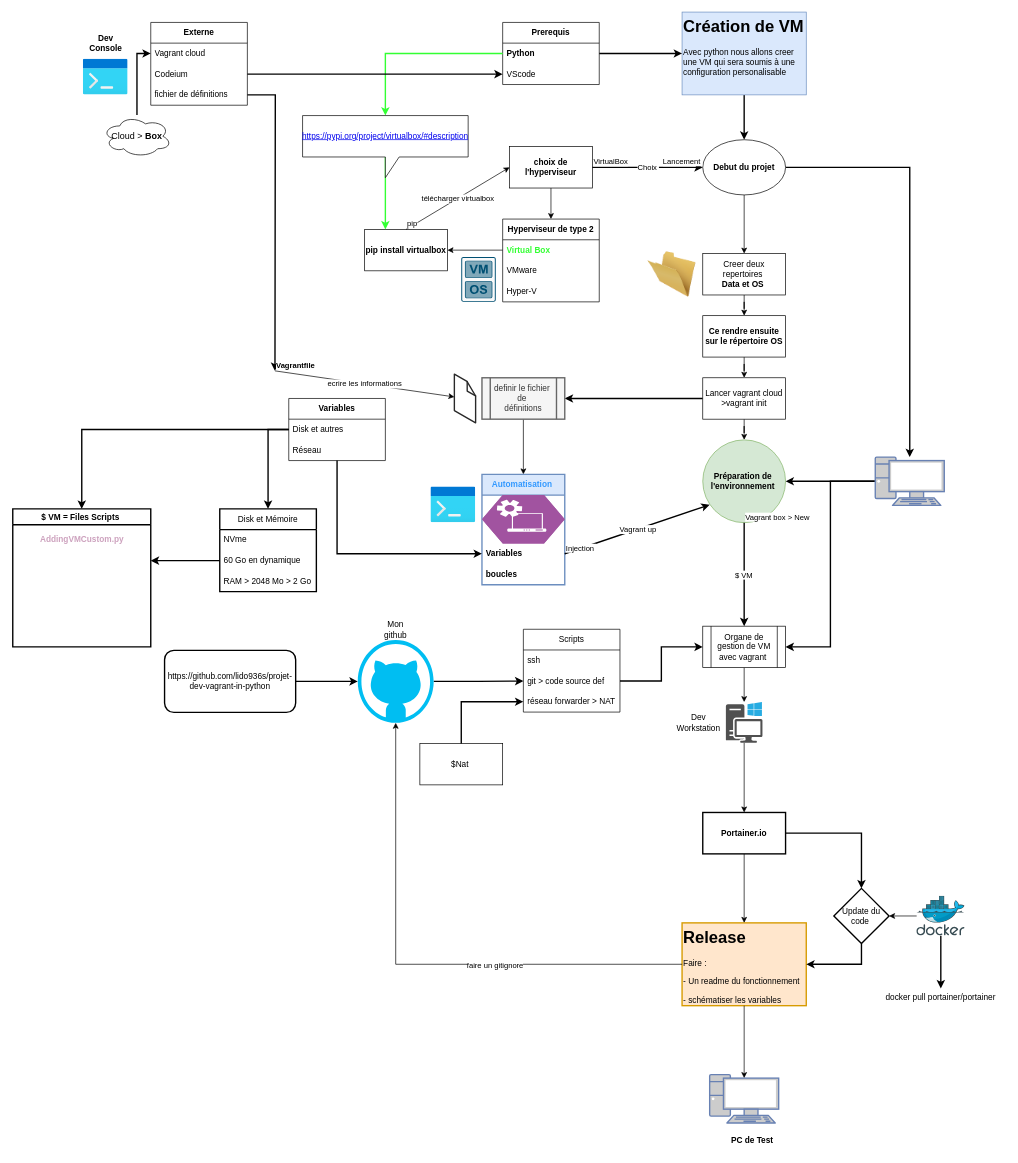
Earlier version of the draw.io diagram Infrastructure_Projet.drawio (lido936s/projet-dev-vagrant-in-python). Source tidied: cells renumbered, new cells numbered last; positions are measured from the earlier drawing's top-left corner, leaving out a move shared by most shapes. Both pictures are drawn from the tidied source at 69%, with x=0, y=0 at pixel (12, 12).
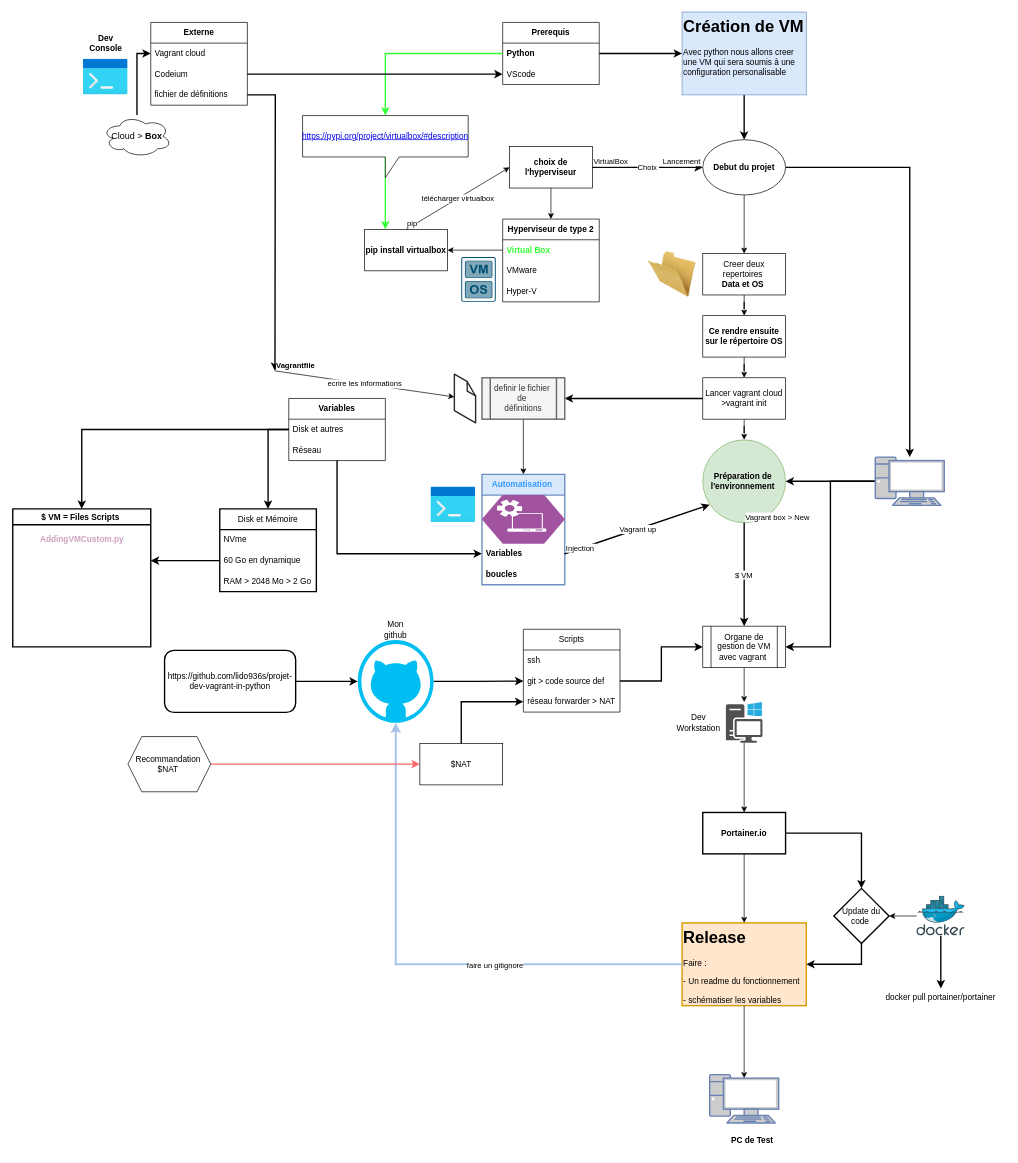
After the change.

Commit message:
Mettre à jour Infrastructure_Projet.drawio

Unchanged cells that the change refers to:
```xml
<mxCell id="88" style="verticalLabelPosition=bottom;html=1;verticalAlign=top;align=center;strokeColor=none;fillColor=#00BEF2;shape=mxgraph.azure.github_code;" parent="1" vertex="1">
  <mxGeometry x="500" y="910" width="110" height="120" as="geometry" />
</mxCell>
<mxCell id="90" value="&lt;h1 style=&quot;margin-top: 0px;&quot;&gt;Release&lt;/h1&gt;&lt;p&gt;Faire :&lt;/p&gt;&lt;p&gt;- Un readme du fonctionnement&lt;/p&gt;&lt;p&gt;- schématiser les variables&amp;nbsp;&lt;/p&gt;" style="text;html=1;whiteSpace=wrap;overflow=hidden;rounded=0;fillColor=#ffe6cc;strokeColor=#d79b00;strokeWidth=2;" parent="1" vertex="1">
  <mxGeometry x="970" y="1320" width="180" height="120" as="geometry" />
</mxCell>
```

Change to the diagram source:
```diff
@@
-    <mxCell id="95" value="$Nat&amp;nbsp;" style="rounded=0;whiteSpace=wrap;html=1;" parent="1" vertex="1">
+    <mxCell id="95" value="$NAT" style="rounded=0;whiteSpace=wrap;html=1;" parent="1" vertex="1">
       <mxGeometry x="590" y="1060" width="120" height="60" as="geometry" />
     </mxCell>
@@
-    <mxCell id="99" style="edgeStyle=orthogonalEdgeStyle;rounded=0;jettySize=auto;html=1;entryX=0.5;entryY=1;entryDx=0;entryDy=0;entryPerimeter=0;" parent="1" edge="1" source="90" target="88">
+    <mxCell id="99" style="edgeStyle=orthogonalEdgeStyle;rounded=0;jettySize=auto;html=1;entryX=0.5;entryY=1;entryDx=0;entryDy=0;entryPerimeter=0;strokeColor=#A9C4EB;strokeWidth=3;" parent="1" edge="1" source="90" target="88">
       <mxGeometry relative="1" as="geometry" />
     </mxCell>
@@
+    <mxCell id="114" style="edgeStyle=orthogonalEdgeStyle;rounded=0;jettySize=auto;html=1;strokeColor=#FF6666;strokeWidth=2;" parent="1" edge="1" source="115" target="95">
+      <mxGeometry relative="1" as="geometry" />
+    </mxCell>
+    <mxCell id="115" value="Recommandation&amp;nbsp;&lt;br&gt;$NAT&amp;nbsp;" style="shape=hexagon;perimeter=hexagonPerimeter2;whiteSpace=wrap;html=1;fixedSize=1;" parent="1" vertex="1">
+      <mxGeometry x="167" y="1050" width="120" height="80" as="geometry" />
+    </mxCell>
```
